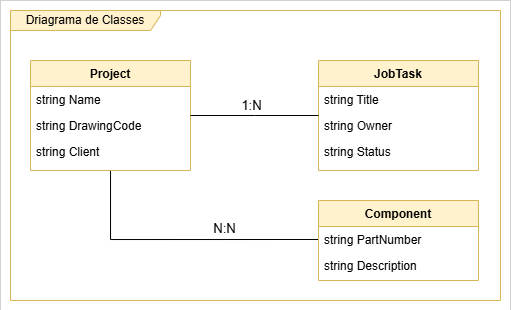
The draw.io diagram DM106ProjectMgmt/docs/Diadrama de Classes.png in mcscorazza/DM106ProjectMgmt, before a commit. Source tidied: cells renumbered, new cells last; positions are measured from the earlier drawing's top-left corner, leaving out a move shared by most shapes.
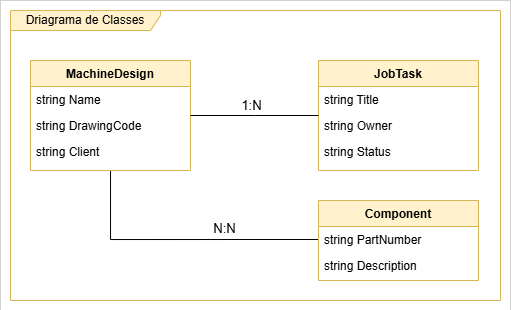
After the commit.

Commit message:
Udpated Class Diagram

What changed in the source:
```diff
@@ -13,7 +13,7 @@
         <mxPoint x="79" y="-10" as="offset" />
       </mxGeometry>
     </mxCell>
-    <mxCell id="5" value="Project" style="swimlane;fontStyle=1;align=center;verticalAlign=top;horizontal=1;startSize=26;rounded=0;shadow=0;strokeWidth=1;fillColor=#fff2cc;strokeColor=#d6b656;" parent="1" vertex="1">
+    <mxCell id="5" value="MachineDesign" style="swimlane;fontStyle=1;align=center;verticalAlign=top;horizontal=1;startSize=26;rounded=0;shadow=0;strokeWidth=1;fillColor=#fff2cc;strokeColor=#d6b656;" parent="1" vertex="1">
       <mxGeometry x="30" y="60" width="160" height="110" as="geometry" />
     </mxCell>
     <mxCell id="6" value="string Name" style="text;align=left;verticalAlign=top;spacingLeft=4;spacingRight=4;overflow=hidden;" parent="5" vertex="1">
```
